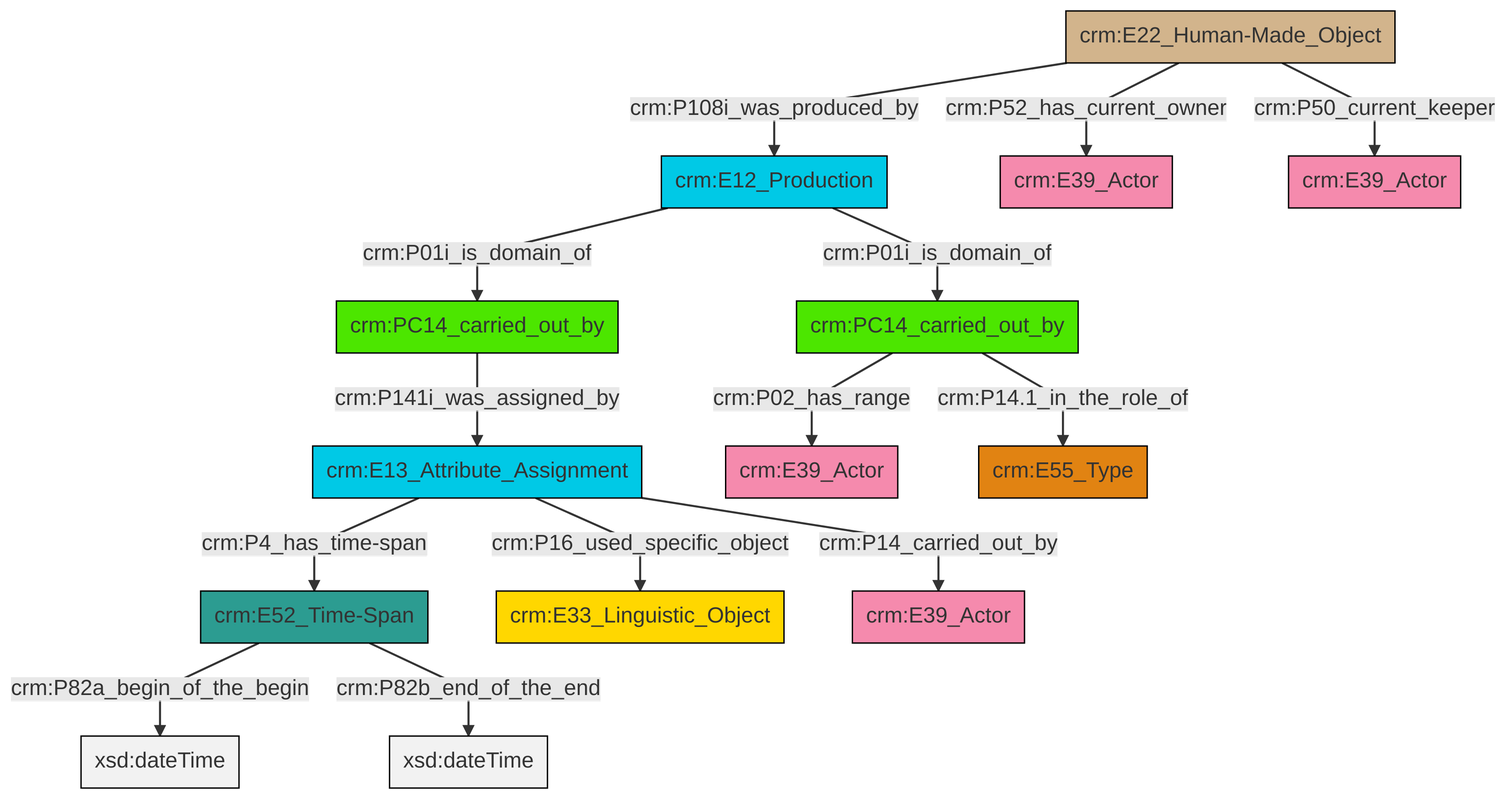
This is et/carrierCSV/ttl/mmd/png/carrier_relations.png from swiss-art-research-net/docs.swissartresearch, a Mermaid export, as it was before one commit. Its source is kept beside it as et/carrierCSV/ttl/mmd/carrier_relations.ttl.mmd.
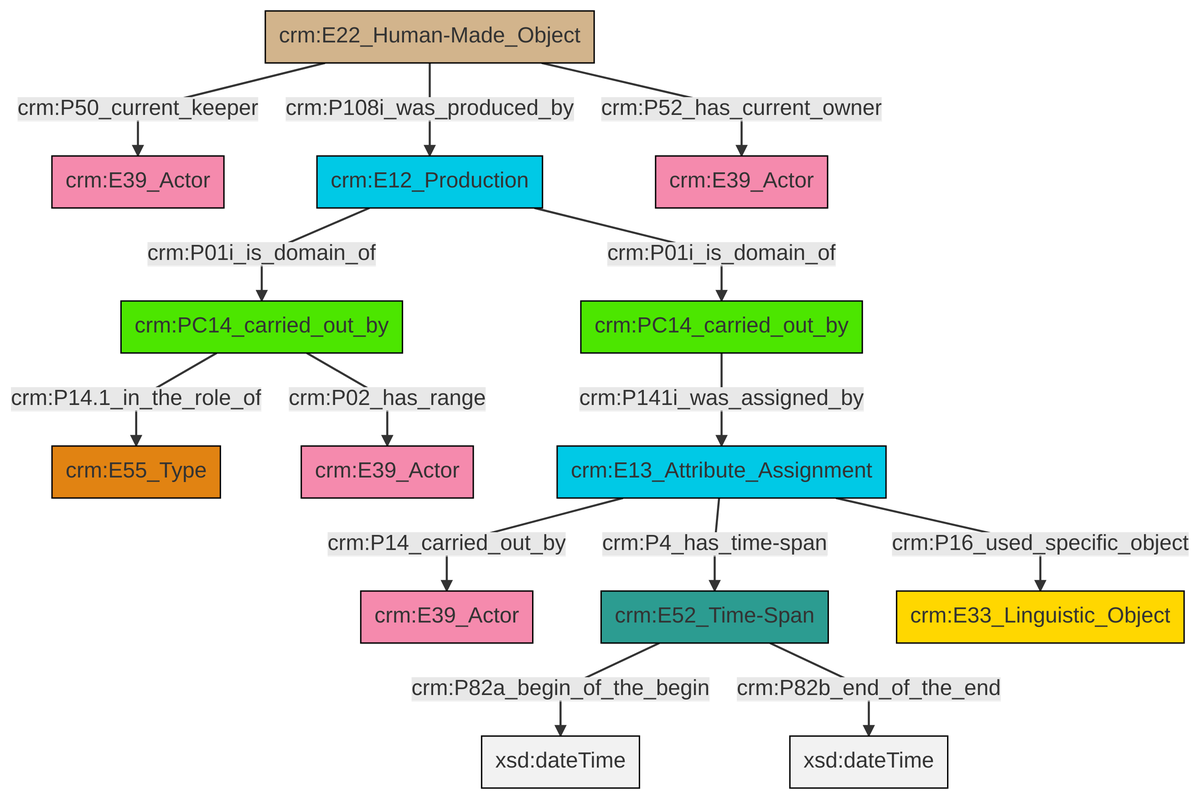
Above is the later version.

Change to the diagram source:
```diff
@@ -13,16 +13,16 @@
 classDef PC_Classes fill:#4ce600, stroke:#000000;
 classDef Multi fill:#cccccc,stroke:#000000;
 
-0["crm:PC14_carried_out_by"]:::PC_Classes -->|crm:P141i_was_assigned_by| 1["crm:E13_Attribute_Assignment"]:::Temporal_Entity
-2["crm:E52_Time-Span"]:::Time-Span -->|crm:P82a_begin_of_the_begin| 3[xsd:dateTime]:::Literal
-1["crm:E13_Attribute_Assignment"]:::Temporal_Entity -->|crm:P16_used_specific_object| 4["crm:E33_Linguistic_Object"]:::Conceptual_Object
-5["crm:E12_Production"]:::Temporal_Entity -->|crm:P01i_is_domain_of| 6["crm:PC14_carried_out_by"]:::PC_Classes
-6["crm:PC14_carried_out_by"]:::PC_Classes -->|crm:P02_has_range| 8["crm:E39_Actor"]:::Actor
-1["crm:E13_Attribute_Assignment"]:::Temporal_Entity -->|crm:P4_has_time-span| 2["crm:E52_Time-Span"]:::Time-Span
-2["crm:E52_Time-Span"]:::Time-Span -->|crm:P82b_end_of_the_end| 16[xsd:dateTime]:::Literal
-1["crm:E13_Attribute_Assignment"]:::Temporal_Entity -->|crm:P14_carried_out_by| 12["crm:E39_Actor"]:::Actor
-14["crm:E22_Human-Made_Object"]:::Physical_Thing -->|crm:P50_current_keeper| 17["crm:E39_Actor"]:::Actor
-5["crm:E12_Production"]:::Temporal_Entity -->|crm:P01i_is_domain_of| 0["crm:PC14_carried_out_by"]:::PC_Classes
-6["crm:PC14_carried_out_by"]:::PC_Classes -->|crm:P14.1_in_the_role_of| 20["crm:E55_Type"]:::Type
-14["crm:E22_Human-Made_Object"]:::Physical_Thing -->|crm:P52_has_current_owner| 10["crm:E39_Actor"]:::Actor
-14["crm:E22_Human-Made_Object"]:::Physical_Thing -->|crm:P108i_was_produced_by| 5["crm:E12_Production"]:::Temporal_Entity
+2["crm:E12_Production"]:::Temporal_Entity -->|crm:P01i_is_domain_of| 3["crm:PC14_carried_out_by"]:::PC_Classes
+4["crm:E22_Human-Made_Object"]:::Physical_Thing -->|crm:P50_current_keeper| 5["crm:E39_Actor"]:::Actor
+3["crm:PC14_carried_out_by"]:::PC_Classes -->|crm:P14.1_in_the_role_of| 10["crm:E55_Type"]:::Type
+12["crm:E13_Attribute_Assignment"]:::Temporal_Entity -->|crm:P14_carried_out_by| 8["crm:E39_Actor"]:::Actor
+3["crm:PC14_carried_out_by"]:::PC_Classes -->|crm:P02_has_range| 13["crm:E39_Actor"]:::Actor
+16["crm:E52_Time-Span"]:::Time-Span -->|crm:P82a_begin_of_the_begin| 17[xsd:dateTime]:::Literal
+12["crm:E13_Attribute_Assignment"]:::Temporal_Entity -->|crm:P4_has_time-span| 16["crm:E52_Time-Span"]:::Time-Span
+6["crm:PC14_carried_out_by"]:::PC_Classes -->|crm:P141i_was_assigned_by| 12["crm:E13_Attribute_Assignment"]:::Temporal_Entity
+12["crm:E13_Attribute_Assignment"]:::Temporal_Entity -->|crm:P16_used_specific_object| 14["crm:E33_Linguistic_Object"]:::Conceptual_Object
+16["crm:E52_Time-Span"]:::Time-Span -->|crm:P82b_end_of_the_end| 20[xsd:dateTime]:::Literal
+4["crm:E22_Human-Made_Object"]:::Physical_Thing -->|crm:P108i_was_produced_by| 2["crm:E12_Production"]:::Temporal_Entity
+4["crm:E22_Human-Made_Object"]:::Physical_Thing -->|crm:P52_has_current_owner| 0["crm:E39_Actor"]:::Actor
+2["crm:E12_Production"]:::Temporal_Entity -->|crm:P01i_is_domain_of| 6["crm:PC14_carried_out_by"]:::PC_Classes
```
